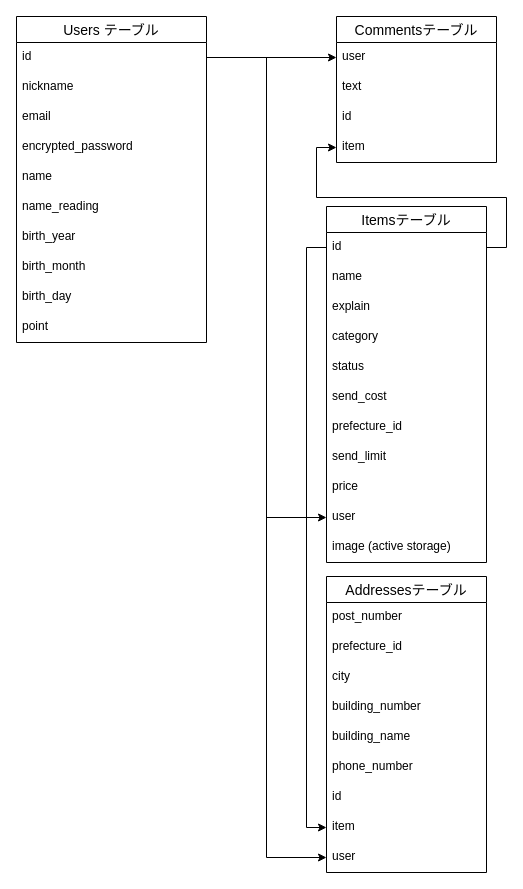
Above: database.drawio in runba3011/furima-36728 (draw.io), before the change. Source tidied: cells renumbered, new cells numbered last; positions are measured from the earlier drawing's top-left corner, leaving out a move shared by most shapes. Both pictures are drawn from the tidied source at 100%, with x=0, y=0 at pixel (16, 16).
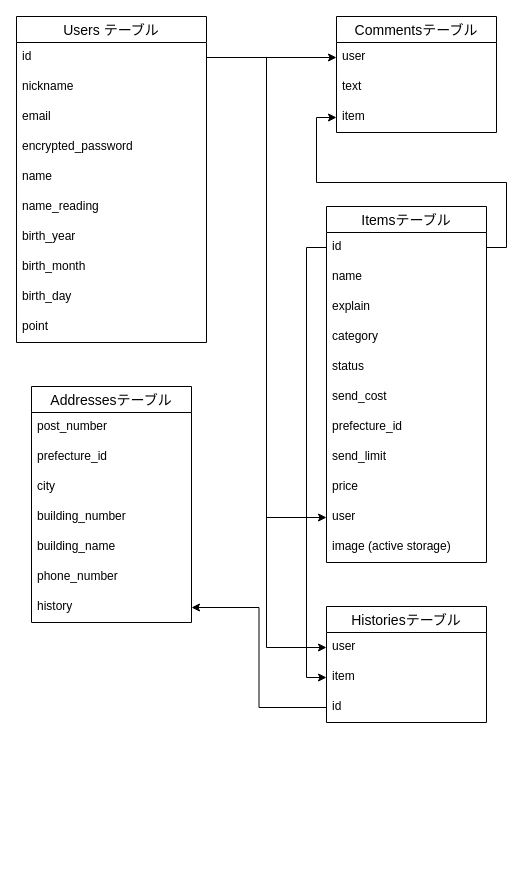
The same page after the edit.

Commit message (it also covers changes not shown here):
ReadMeファイルの修正

Unchanged cells that the change refers to:
```xml
<mxCell id="3" value="id" style="text;strokeColor=none;fillColor=none;spacingLeft=4;spacingRight=4;overflow=hidden;points=[[0,0.5],[1,0.5]];portConstraint=eastwest;fontSize=12;" parent="2" vertex="1">
  <mxGeometry y="26" width="190" height="30" as="geometry" />
</mxCell>
<mxCell id="19" value="id" style="text;strokeColor=none;fillColor=none;spacingLeft=4;spacingRight=4;overflow=hidden;points=[[0,0.5],[1,0.5]];portConstraint=eastwest;fontSize=12;" parent="18" vertex="1">
  <mxGeometry y="26" width="160" height="30" as="geometry" />
</mxCell>
```

Diff of the diagram source:
```diff
@@
     <mxCell id="13" value="Commentsテーブル" style="swimlane;fontStyle=0;horizontal=1;startSize=26;align=center;fontSize=14;" parent="1" vertex="1">
-      <mxGeometry x="320" width="160" height="146" as="geometry" />
+      <mxGeometry x="320" width="160" height="116" as="geometry" />
     </mxCell>
@@
-    <mxCell id="16" value="id" style="text;strokeColor=none;fillColor=none;spacingLeft=4;spacingRight=4;overflow=hidden;points=[[0,0.5],[1,0.5]];portConstraint=eastwest;fontSize=12;" parent="13" vertex="1">
-      <mxGeometry y="86" width="160" height="30" as="geometry" />
-    </mxCell>
     <mxCell id="17" value="item" style="text;strokeColor=none;fillColor=none;spacingLeft=4;spacingRight=4;overflow=hidden;points=[[0,0.5],[1,0.5]];portConstraint=eastwest;fontSize=12;" parent="13" vertex="1">
-      <mxGeometry y="116" width="160" height="30" as="geometry" />
+      <mxGeometry y="86" width="160" height="30" as="geometry" />
     </mxCell>
@@
     <mxCell id="32" value="Addressesテーブル" style="swimlane;fontStyle=0;horizontal=1;startSize=26;align=center;fontSize=14;" parent="1" vertex="1">
-      <mxGeometry x="310" y="560" width="160" height="296" as="geometry" />
+      <mxGeometry x="15" y="370" width="160" height="236" as="geometry" />
     </mxCell>
@@
-    <mxCell id="39" value="id" style="text;strokeColor=none;fillColor=none;spacingLeft=4;spacingRight=4;overflow=hidden;fontSize=12;" parent="32" vertex="1">
-      <mxGeometry y="206" width="160" height="30" as="geometry" />
-    </mxCell>
+    <mxCell id="45" value="history" style="text;strokeColor=none;fillColor=none;spacingLeft=4;spacingRight=4;overflow=hidden;points=[[0,0.5],[1,0.5]];portConstraint=eastwest;fontSize=12;" parent="32" vertex="1">
+      <mxGeometry y="206" width="160" height="30" as="geometry" />
+    </mxCell>
+    <mxCell id="44" style="edgeStyle=orthogonalEdgeStyle;rounded=0;jettySize=auto;html=1;entryX=0;entryY=0.5;entryDx=0;entryDy=0;" parent="1" edge="1" source="19" target="17">
+      <mxGeometry relative="1" as="geometry" />
+    </mxCell>
+    <mxCell id="46" value="Historiesテーブル" style="swimlane;fontStyle=0;horizontal=1;startSize=26;align=center;fontSize=14;" parent="1" vertex="1">
+      <mxGeometry x="310" y="590" width="160" height="116" as="geometry" />
+    </mxCell>
+    <mxCell id="41" value="user" style="text;strokeColor=none;fillColor=none;spacingLeft=4;spacingRight=4;overflow=hidden;points=[[0,0.5],[1,0.5]];portConstraint=eastwest;fontSize=12;" parent="46" vertex="1">
+      <mxGeometry y="26" width="160" height="30" as="geometry" />
+    </mxCell>
-    <mxCell id="40" value="item" style="text;strokeColor=none;fillColor=none;spacingLeft=4;spacingRight=4;overflow=hidden;points=[[0,0.5],[1,0.5]];portConstraint=eastwest;fontSize=12;" parent="32" vertex="1">
-      <mxGeometry y="236" width="160" height="30" as="geometry" />
+    <mxCell id="40" value="item" style="text;strokeColor=none;fillColor=none;spacingLeft=4;spacingRight=4;overflow=hidden;points=[[0,0.5],[1,0.5]];portConstraint=eastwest;fontSize=12;" parent="46" vertex="1">
+      <mxGeometry y="56" width="160" height="30" as="geometry" />
     </mxCell>
-    <mxCell id="41" value="user" style="text;strokeColor=none;fillColor=none;spacingLeft=4;spacingRight=4;overflow=hidden;points=[[0,0.5],[1,0.5]];portConstraint=eastwest;fontSize=12;" parent="32" vertex="1">
-      <mxGeometry y="266" width="160" height="30" as="geometry" />
-    </mxCell>
+    <mxCell id="16" value="id" style="text;strokeColor=none;fillColor=none;spacingLeft=4;spacingRight=4;overflow=hidden;points=[[0,0.5],[1,0.5]];portConstraint=eastwest;fontSize=12;" parent="46" vertex="1">
+      <mxGeometry y="86" width="160" height="30" as="geometry" />
+    </mxCell>
+    <mxCell id="43" style="edgeStyle=orthogonalEdgeStyle;rounded=0;jettySize=auto;html=1;" parent="1" edge="1" source="3" target="41">
+      <mxGeometry relative="1" as="geometry" />
+    </mxCell>
@@
-    <mxCell id="43" style="edgeStyle=orthogonalEdgeStyle;rounded=0;jettySize=auto;html=1;entryX=0;entryY=0.5;entryDx=0;entryDy=0;" parent="1" edge="1" source="3" target="41">
-      <mxGeometry relative="1" as="geometry" />
-    </mxCell>
-    <mxCell id="44" style="edgeStyle=orthogonalEdgeStyle;rounded=0;jettySize=auto;html=1;entryX=0;entryY=0.5;entryDx=0;entryDy=0;" parent="1" edge="1" source="19" target="17">
-      <mxGeometry relative="1" as="geometry" />
-    </mxCell>
+    <mxCell id="47" style="edgeStyle=orthogonalEdgeStyle;rounded=0;jettySize=auto;html=1;entryX=1;entryY=0.5;entryDx=0;entryDy=0;" parent="1" edge="1" source="16" target="45">
+      <mxGeometry relative="1" as="geometry" />
+    </mxCell>
```
